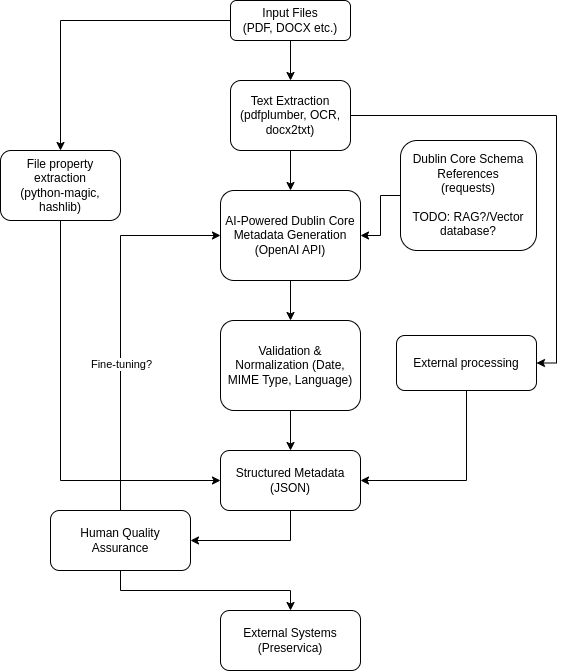
The draw.io diagram flow.png in icaew-digital-archive/metadata-extraction, before a commit. Source tidied: cells renumbered, new cells last; positions are measured from the earlier drawing's top-left corner, leaving out a move shared by most shapes.
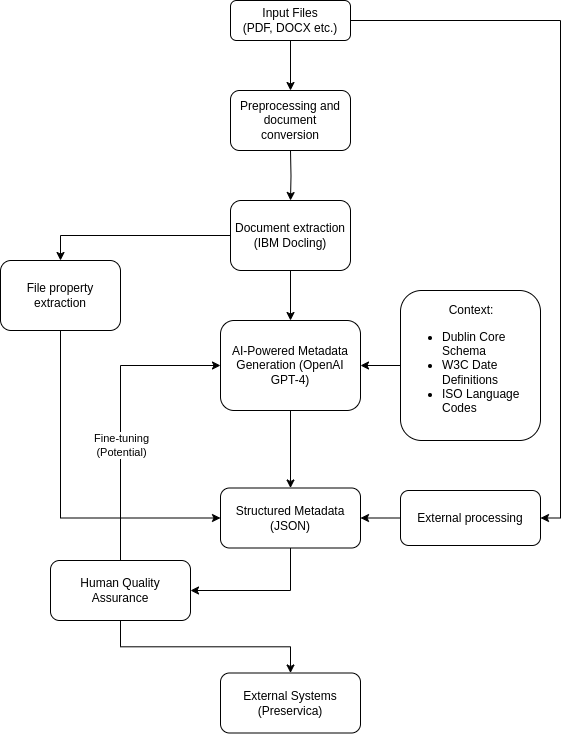
Later version of the same file.

The edit, as a diff of the source:
```diff
@@ -2,74 +2,81 @@
   <root>
     <mxCell id="0" />
     <mxCell id="1" parent="0" />
-    <mxCell id="2" style="edgeStyle=orthogonalEdgeStyle;rounded=0;jettySize=auto;html=1;exitX=0.5;exitY=1;exitDx=0;exitDy=0;entryX=0.5;entryY=0;entryDx=0;entryDy=0;" parent="1" edge="1" source="4" target="7">
-      <mxGeometry relative="1" as="geometry" />
+    <mxCell id="2" style="edgeStyle=orthogonalEdgeStyle;rounded=0;jettySize=auto;html=1;entryX=0.5;entryY=0;entryDx=0;entryDy=0;" parent="1" edge="1" target="7">
+      <mxGeometry relative="1" as="geometry">
+        <mxPoint x="290" y="40" as="sourcePoint" />
+      </mxGeometry>
     </mxCell>
-    <mxCell id="3" style="edgeStyle=orthogonalEdgeStyle;rounded=0;jettySize=auto;html=1;exitX=0;exitY=0.5;exitDx=0;exitDy=0;entryX=0.5;entryY=0;entryDx=0;entryDy=0;" parent="1" edge="1" source="4" target="15">
+    <mxCell id="3" style="edgeStyle=orthogonalEdgeStyle;rounded=0;jettySize=auto;html=1;exitX=0;exitY=0.5;exitDx=0;exitDy=0;entryX=0.5;entryY=0;entryDx=0;entryDy=0;" parent="1" edge="1" source="7" target="15">
       <mxGeometry relative="1" as="geometry" />
     </mxCell>
+    <mxCell id="25" style="edgeStyle=orthogonalEdgeStyle;rounded=0;jettySize=auto;html=1;exitX=0.5;exitY=1;exitDx=0;exitDy=0;entryX=0.5;entryY=0;entryDx=0;entryDy=0;" parent="1" edge="1" source="4" target="26">
+      <mxGeometry relative="1" as="geometry" />
+    </mxCell>
     <mxCell id="4" value="Input Files&lt;div&gt;(PDF, DOCX etc.)&lt;/div&gt;" style="rounded=1;whiteSpace=wrap;html=1;fontSize=12;glass=0;strokeWidth=1;shadow=0;verticalAlign=middle;" parent="1" vertex="1">
-      <mxGeometry x="230" width="120" height="40" as="geometry" />
+      <mxGeometry x="230" y="-110" width="120" height="40" as="geometry" />
     </mxCell>
     <mxCell id="5" style="edgeStyle=orthogonalEdgeStyle;rounded=0;jettySize=auto;html=1;exitX=0.5;exitY=1;exitDx=0;exitDy=0;entryX=0.5;entryY=0;entryDx=0;entryDy=0;" parent="1" edge="1" source="7" target="9">
       <mxGeometry relative="1" as="geometry" />
     </mxCell>
-    <mxCell id="6" style="edgeStyle=orthogonalEdgeStyle;rounded=0;jettySize=auto;html=1;exitX=1;exitY=0.5;exitDx=0;exitDy=0;entryX=1;entryY=0.5;entryDx=0;entryDy=0;" parent="1" edge="1" source="7" target="19">
+    <mxCell id="6" style="edgeStyle=orthogonalEdgeStyle;rounded=0;jettySize=auto;html=1;exitX=1;exitY=0.5;exitDx=0;exitDy=0;entryX=1;entryY=0.5;entryDx=0;entryDy=0;" parent="1" edge="1" source="4" target="19">
       <mxGeometry relative="1" as="geometry" />
     </mxCell>
-    <mxCell id="7" value="Text Extraction&lt;div&gt;(pdfplumber, OCR, docx2txt&lt;span style=&quot;background-color: transparent; color: light-dark(rgb(0, 0, 0), rgb(255, 255, 255));&quot;&gt;)&lt;/span&gt;&lt;/div&gt;" style="rounded=1;whiteSpace=wrap;html=1;fontSize=12;glass=0;strokeWidth=1;shadow=0;verticalAlign=middle;" parent="1" vertex="1">
-      <mxGeometry x="230" y="80" width="120" height="70" as="geometry" />
+    <mxCell id="7" value="Document extraction (IBM Docling)" style="rounded=1;whiteSpace=wrap;html=1;fontSize=12;glass=0;strokeWidth=1;shadow=0;verticalAlign=middle;" parent="1" vertex="1">
+      <mxGeometry x="230" y="90" width="120" height="70" as="geometry" />
     </mxCell>
-    <mxCell id="8" style="edgeStyle=orthogonalEdgeStyle;rounded=0;jettySize=auto;html=1;exitX=0.5;exitY=1;exitDx=0;exitDy=0;entryX=0.5;entryY=0;entryDx=0;entryDy=0;" parent="1" edge="1" source="9" target="12">
+    <mxCell id="8" style="edgeStyle=orthogonalEdgeStyle;rounded=0;jettySize=auto;html=1;exitX=0.5;exitY=1;exitDx=0;exitDy=0;entryX=0.5;entryY=0;entryDx=0;entryDy=0;" parent="1" edge="1" source="9" target="17">
       <mxGeometry relative="1" as="geometry" />
     </mxCell>
-    <mxCell id="9" value="AI-Powered Dublin Core Metadata Generation (OpenAI API&lt;span style=&quot;background-color: transparent; color: light-dark(rgb(0, 0, 0), rgb(255, 255, 255));&quot;&gt;)&lt;/span&gt;" style="rounded=1;whiteSpace=wrap;html=1;fontSize=12;glass=0;strokeWidth=1;shadow=0;verticalAlign=middle;" parent="1" vertex="1">
-      <mxGeometry x="220" y="190" width="140" height="90" as="geometry" />
+    <mxCell id="9" value="AI-Powered Metadata Generation (OpenAI GPT-4&lt;span style=&quot;background-color: transparent; color: light-dark(rgb(0, 0, 0), rgb(255, 255, 255));&quot;&gt;)&lt;/span&gt;" style="rounded=1;whiteSpace=wrap;html=1;fontSize=12;glass=0;strokeWidth=1;shadow=0;verticalAlign=middle;" parent="1" vertex="1">
+      <mxGeometry x="220" y="210" width="140" height="90" as="geometry" />
     </mxCell>
     <mxCell id="10" style="edgeStyle=orthogonalEdgeStyle;rounded=0;jettySize=auto;html=1;exitX=0;exitY=0.5;exitDx=0;exitDy=0;entryX=1;entryY=0.5;entryDx=0;entryDy=0;" parent="1" edge="1" source="11" target="9">
       <mxGeometry relative="1" as="geometry" />
     </mxCell>
-    <mxCell id="11" value="Dublin Core Schema References&lt;div&gt;(requests)&lt;/div&gt;&lt;div&gt;&lt;br&gt;&lt;/div&gt;&lt;div&gt;TODO: RAG?/Vector database?&lt;/div&gt;" style="rounded=1;whiteSpace=wrap;html=1;fontSize=12;glass=0;strokeWidth=1;shadow=0;verticalAlign=middle;" parent="1" vertex="1">
-      <mxGeometry x="400" y="140" width="136" height="110" as="geometry" />
+    <mxCell id="11" value="&lt;div style=&quot;text-align: center;&quot;&gt;Context:&lt;/div&gt;&lt;ul&gt;&lt;li&gt;Dublin Core Schema&lt;/li&gt;&lt;li&gt;W3C Date Definitions&lt;/li&gt;&lt;li&gt;ISO Language Codes&lt;/li&gt;&lt;/ul&gt;" style="rounded=1;whiteSpace=wrap;html=1;fontSize=12;glass=0;strokeWidth=1;shadow=0;verticalAlign=middle;align=left;" parent="1" vertex="1">
+      <mxGeometry x="400" y="180" width="140" height="150" as="geometry" />
     </mxCell>
-    <mxCell id="12" value="Validation &amp;amp; Normalization (Date, MIME Type, Language)" style="rounded=1;whiteSpace=wrap;html=1;fontSize=12;glass=0;strokeWidth=1;shadow=0;verticalAlign=middle;" parent="1" vertex="1">
-      <mxGeometry x="220" y="320" width="140" height="90" as="geometry" />
-    </mxCell>
-    <mxCell id="13" style="edgeStyle=orthogonalEdgeStyle;rounded=0;jettySize=auto;html=1;exitX=0.5;exitY=1;exitDx=0;exitDy=0;entryX=0.5;entryY=0;entryDx=0;entryDy=0;" parent="1" edge="1" source="12" target="17">
-      <mxGeometry relative="1" as="geometry" />
+    <mxCell id="13" style="edgeStyle=orthogonalEdgeStyle;rounded=0;jettySize=auto;html=1;exitX=0.5;exitY=1;exitDx=0;exitDy=0;entryX=0.5;entryY=0;entryDx=0;entryDy=0;" parent="1" edge="1" target="17">
+      <mxGeometry relative="1" as="geometry">
+        <mxPoint x="290" y="407.5" as="sourcePoint" />
+      </mxGeometry>
     </mxCell>
     <mxCell id="14" style="edgeStyle=orthogonalEdgeStyle;rounded=0;jettySize=auto;html=1;exitX=0.5;exitY=1;exitDx=0;exitDy=0;entryX=0;entryY=0.5;entryDx=0;entryDy=0;" parent="1" edge="1" source="15" target="17">
       <mxGeometry relative="1" as="geometry" />
     </mxCell>
-    <mxCell id="15" value="File property extraction&lt;div&gt;(python-magic, hashlib)&lt;/div&gt;" style="rounded=1;whiteSpace=wrap;html=1;fontSize=12;glass=0;strokeWidth=1;shadow=0;verticalAlign=middle;" parent="1" vertex="1">
+    <mxCell id="15" value="File property extraction" style="rounded=1;whiteSpace=wrap;html=1;fontSize=12;glass=0;strokeWidth=1;shadow=0;verticalAlign=middle;" parent="1" vertex="1">
       <mxGeometry y="150" width="120" height="70" as="geometry" />
     </mxCell>
     <mxCell id="16" style="edgeStyle=orthogonalEdgeStyle;rounded=0;jettySize=auto;html=1;exitX=0.5;exitY=1;exitDx=0;exitDy=0;entryX=1;entryY=0.5;entryDx=0;entryDy=0;" parent="1" edge="1" source="17" target="24">
       <mxGeometry relative="1" as="geometry" />
     </mxCell>
     <mxCell id="17" value="Structured Metadata&lt;div&gt;(JSON)&lt;/div&gt;" style="rounded=1;whiteSpace=wrap;html=1;fontSize=12;glass=0;strokeWidth=1;shadow=0;verticalAlign=middle;" parent="1" vertex="1">
-      <mxGeometry x="220" y="450" width="140" height="60" as="geometry" />
+      <mxGeometry x="220" y="377.5" width="140" height="60" as="geometry" />
     </mxCell>
-    <mxCell id="18" style="edgeStyle=orthogonalEdgeStyle;rounded=0;jettySize=auto;html=1;exitX=0.5;exitY=1;exitDx=0;exitDy=0;entryX=1;entryY=0.5;entryDx=0;entryDy=0;" parent="1" edge="1" source="19" target="17">
+    <mxCell id="18" style="edgeStyle=orthogonalEdgeStyle;rounded=0;jettySize=auto;html=1;exitX=0;exitY=0.5;exitDx=0;exitDy=0;entryX=1;entryY=0.5;entryDx=0;entryDy=0;" parent="1" edge="1" source="19" target="17">
       <mxGeometry relative="1" as="geometry" />
     </mxCell>
     <mxCell id="19" value="External processing" style="rounded=1;whiteSpace=wrap;html=1;fontSize=12;glass=0;strokeWidth=1;shadow=0;verticalAlign=middle;" parent="1" vertex="1">
-      <mxGeometry x="396" y="335" width="140" height="55" as="geometry" />
+      <mxGeometry x="400" y="380" width="140" height="55" as="geometry" />
     </mxCell>
     <mxCell id="20" value="External Systems&lt;div&gt;(Preservica)&lt;/div&gt;" style="rounded=1;whiteSpace=wrap;html=1;fontSize=12;glass=0;strokeWidth=1;shadow=0;verticalAlign=middle;" parent="1" vertex="1">
-      <mxGeometry x="220" y="610" width="140" height="60" as="geometry" />
+      <mxGeometry x="220" y="562.5" width="140" height="60" as="geometry" />
     </mxCell>
     <mxCell id="21" style="edgeStyle=orthogonalEdgeStyle;rounded=0;jettySize=auto;html=1;exitX=0.5;exitY=0;exitDx=0;exitDy=0;entryX=0;entryY=0.5;entryDx=0;entryDy=0;" parent="1" edge="1" source="24" target="9">
       <mxGeometry relative="1" as="geometry" />
     </mxCell>
-    <mxCell id="22" value="Fine-tuning?" style="edgeLabel;html=1;align=center;verticalAlign=middle;" parent="21" vertex="1">
+    <mxCell id="22" value="Fine-tuning&lt;div&gt;(Potential)&lt;/div&gt;" style="edgeLabel;html=1;align=center;verticalAlign=middle;" parent="21" vertex="1">
       <mxGeometry x="-0.22" relative="1" as="geometry" />
     </mxCell>
     <mxCell id="23" style="edgeStyle=orthogonalEdgeStyle;rounded=0;jettySize=auto;html=1;exitX=0.5;exitY=1;exitDx=0;exitDy=0;entryX=0.5;entryY=0;entryDx=0;entryDy=0;" parent="1" edge="1" source="24" target="20">
       <mxGeometry relative="1" as="geometry" />
     </mxCell>
     <mxCell id="24" value="Human Quality Assurance" style="rounded=1;whiteSpace=wrap;html=1;fontSize=12;glass=0;strokeWidth=1;shadow=0;verticalAlign=middle;" parent="1" vertex="1">
-      <mxGeometry x="50" y="510" width="140" height="60" as="geometry" />
+      <mxGeometry x="50" y="450" width="140" height="60" as="geometry" />
     </mxCell>
+    <mxCell id="26" value="Preprocessing and document&lt;div&gt;conversion&lt;/div&gt;" style="rounded=1;whiteSpace=wrap;html=1;fontSize=12;glass=0;strokeWidth=1;shadow=0;verticalAlign=middle;" parent="1" vertex="1">
+      <mxGeometry x="230" y="-20" width="120" height="60" as="geometry" />
+    </mxCell>
   </root>
 </mxGraphModel>
```
